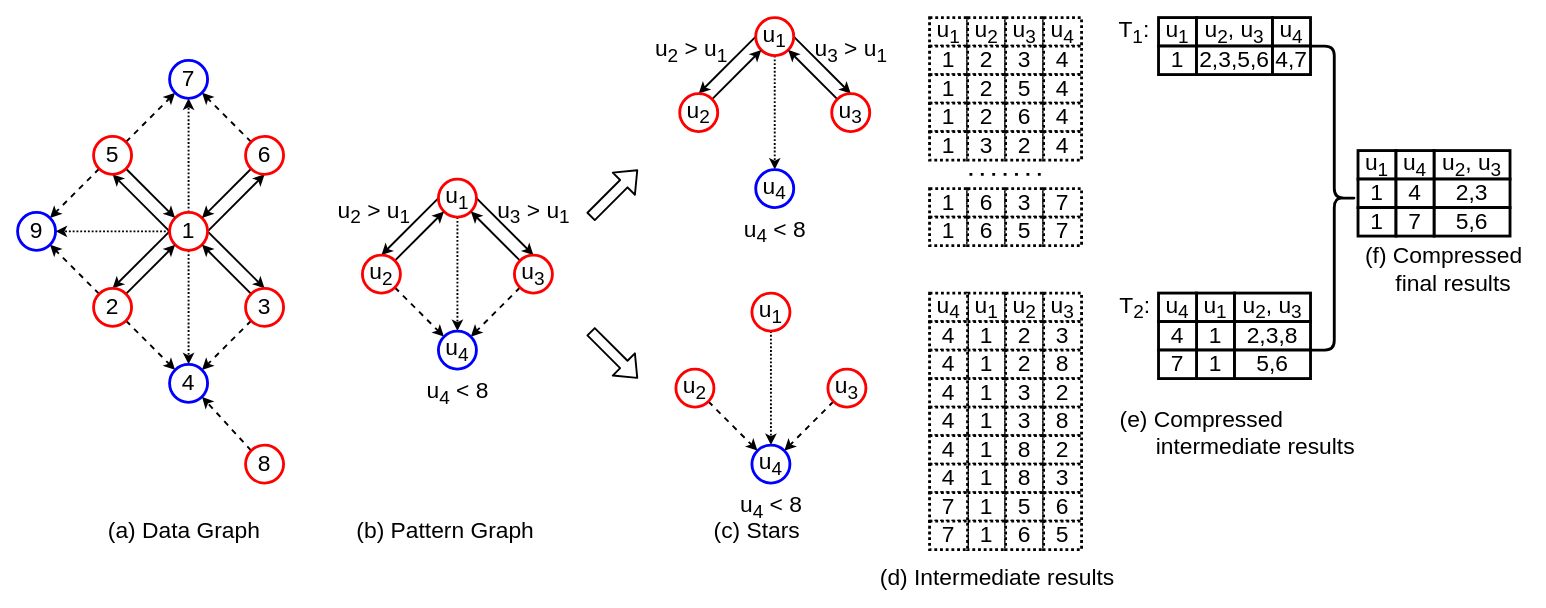
This is img/running_example.drawio from E-Neo/opgm-paper, a draw.io file, before an edit. Source tidied: cells renumbered, new cells numbered last; positions are measured from the earlier drawing's top-left corner, leaving out a move shared by most shapes. Both pictures are drawn from the tidied source at 95%, with x=0, y=0 at pixel (17, 17).
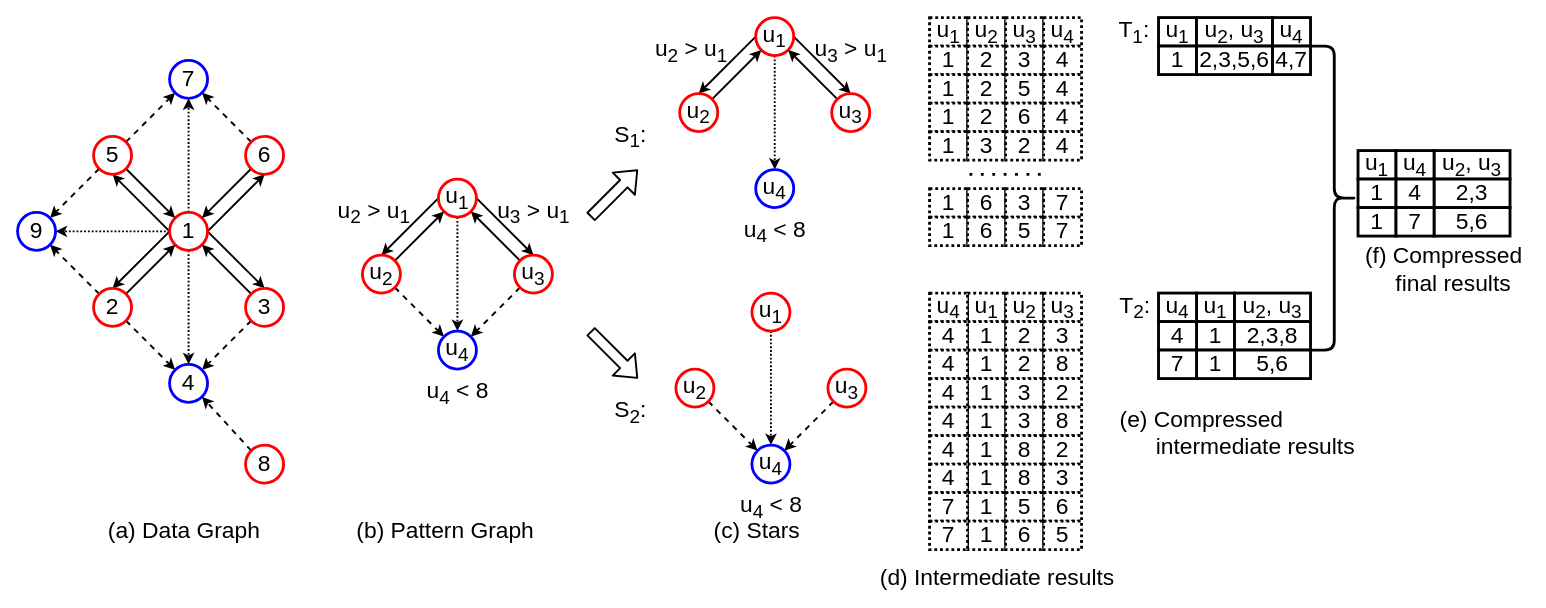
The same diagram, later.

The edit, as a diff of the source:
```diff
@@
+    <mxCell id="163" value="&lt;span style=&quot;font-size: 24px&quot;&gt;S&lt;sub&gt;1&lt;/sub&gt;:&lt;/span&gt;" style="text;html=1;align=center;verticalAlign=middle;" parent="1" vertex="1">
+      <mxGeometry x="620" y="110" width="50" height="30" as="geometry" />
+    </mxCell>
+    <mxCell id="164" value="&lt;span style=&quot;font-size: 24px&quot;&gt;S&lt;sub&gt;2&lt;/sub&gt;:&lt;/span&gt;" style="text;html=1;align=center;verticalAlign=middle;" parent="1" vertex="1">
+      <mxGeometry x="620" y="400" width="50" height="30" as="geometry" />
+    </mxCell>
```
